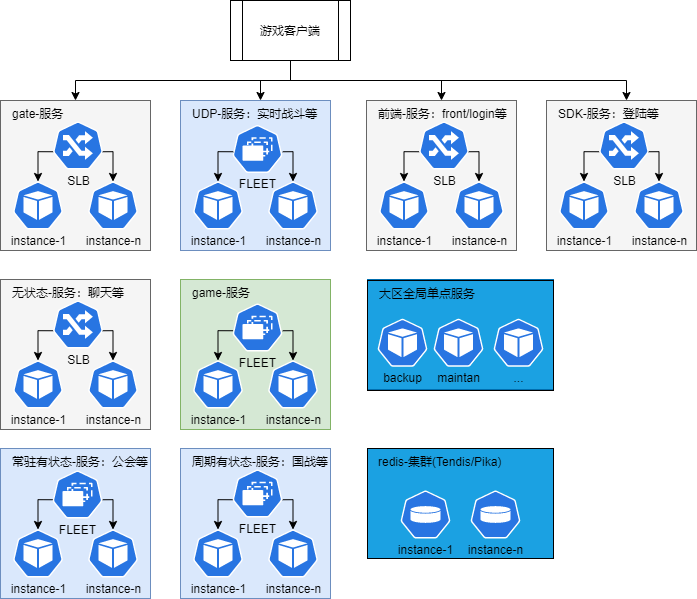
Before: server_architecture.png, a diagram exported from draw.io (hemaolong/diagrams). Source tidied: cells renumbered, new cells last; positions are measured from the earlier drawing's top-left corner, leaving out a move shared by most shapes.
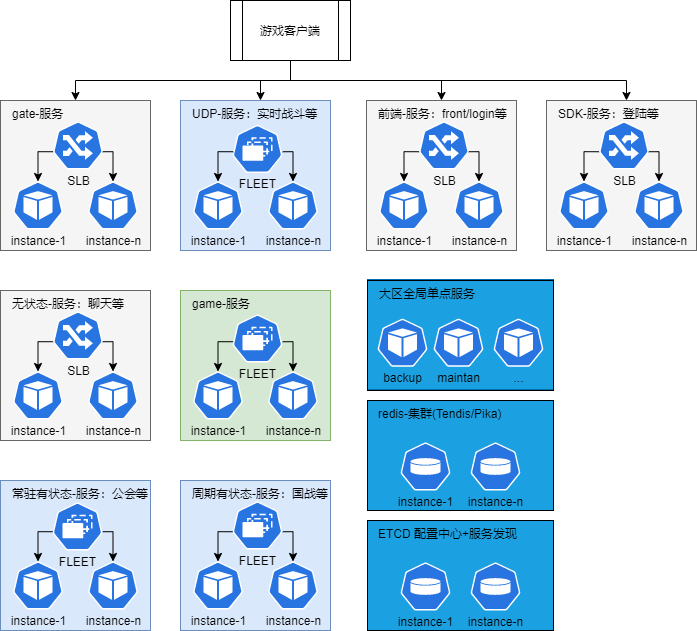
The same file after the commit.

Diff of the diagram source:
```diff
@@ -53,7 +53,7 @@
       <mxGeometry relative="1" as="geometry" />
     </mxCell>
     <mxCell id="17" style="group;" parent="1" vertex="1">
-      <mxGeometry x="180" y="279" width="150" height="150" as="geometry" />
+      <mxGeometry x="180" y="290" width="150" height="150" as="geometry" />
     </mxCell>
     <mxCell id="18" style="group;fillColor=#d5e8d4;strokeColor=#82b366;" parent="17" vertex="1">
       <mxGeometry width="150" height="150" as="geometry" />
@@ -87,7 +87,7 @@
       <mxGeometry x="39.5" y="3" width="50" height="48" as="geometry" />
     </mxCell>
     <mxCell id="27" style="group;" parent="1" vertex="1">
-      <mxGeometry y="448" width="150" height="150" as="geometry" />
+      <mxGeometry y="480" width="150" height="150" as="geometry" />
     </mxCell>
     <mxCell id="28" style="group;fillColor=#d5e8d4;strokeColor=#82b366;" parent="27" vertex="1">
       <mxGeometry width="150" height="150" as="geometry" />
@@ -121,7 +121,7 @@
       <mxGeometry x="39.5" y="1" width="50" height="48" as="geometry" />
     </mxCell>
     <mxCell id="37" style="group;fillColor=#dae8fc;strokeColor=#6c8ebf;" parent="1" vertex="1">
-      <mxGeometry x="180" y="448" width="150" height="150" as="geometry" />
+      <mxGeometry x="180" y="480" width="150" height="150" as="geometry" />
     </mxCell>
     <mxCell id="38" style="group;fillColor=#dae8fc;strokeColor=#6c8ebf;" parent="37" vertex="1">
       <mxGeometry width="150" height="150" as="geometry" />
@@ -155,7 +155,7 @@
       <mxGeometry x="39.5" width="50" height="48" as="geometry" />
     </mxCell>
     <mxCell id="47" style="group;fillColor=#f5f5f5;strokeColor=#666666;fontColor=#333333;" parent="1" vertex="1">
-      <mxGeometry y="279" width="150" height="150" as="geometry" />
+      <mxGeometry y="290" width="150" height="150" as="geometry" />
     </mxCell>
     <mxCell id="48" style="group;fillColor=none;" parent="47" vertex="1">
       <mxGeometry width="150" height="150" as="geometry" />
@@ -185,7 +185,7 @@
       <mxGeometry relative="1" as="geometry" />
     </mxCell>
     <mxCell id="57" style="group;fillColor=#1ba1e2;strokeColor=#006EAF;fontColor=#ffffff;" parent="1" vertex="1">
-      <mxGeometry x="367" y="448" width="186" height="110" as="geometry" />
+      <mxGeometry x="367" y="400" width="186" height="110" as="geometry" />
     </mxCell>
     <mxCell id="58" style="group;fillColor=none;" parent="57" vertex="1">
       <mxGeometry width="186" height="110" as="geometry" />
@@ -317,5 +317,23 @@
         <mxPoint x="89.8" y="30.2" as="sourcePoint" />
       </mxGeometry>
     </mxCell>
+    <mxCell id="100" style="group;fillColor=#1ba1e2;strokeColor=#006EAF;fontColor=#ffffff;" parent="1" vertex="1">
+      <mxGeometry x="367" y="520" width="186" height="110" as="geometry" />
+    </mxCell>
+    <mxCell id="101" style="group;fillColor=none;" parent="100" vertex="1">
+      <mxGeometry width="186" height="110" as="geometry" />
+    </mxCell>
+    <mxCell id="102" style="rounded=0;whiteSpace=wrap;html=1;fillColor=none;align=left;" parent="101" vertex="1">
+      <mxGeometry width="186" height="110" as="geometry" />
+    </mxCell>
+    <mxCell id="103" value="ETCD 配置中心+服务发现" style="text;html=1;strokeColor=none;fillColor=none;align=left;verticalAlign=middle;whiteSpace=wrap;rounded=0;" parent="101" vertex="1">
+      <mxGeometry x="9.3" width="160.7" height="26.5" as="geometry" />
+    </mxCell>
+    <mxCell id="104" value="&lt;br&gt;&lt;br&gt;&lt;br&gt;&lt;br&gt;&lt;br&gt;instance-n" style="html=1;dashed=0;whitespace=wrap;fillColor=#2875E2;strokeColor=#ffffff;shape=mxgraph.kubernetes.icon;prIcon=pv;" parent="101" vertex="1">
+      <mxGeometry x="103" y="42" width="50" height="48" as="geometry" />
+    </mxCell>
+    <mxCell id="105" value="&lt;br&gt;&lt;br&gt;&lt;br&gt;&lt;br&gt;&lt;br&gt;instance-1" style="html=1;dashed=0;whitespace=wrap;fillColor=#2875E2;strokeColor=#ffffff;shape=mxgraph.kubernetes.icon;prIcon=pv;" parent="101" vertex="1">
+      <mxGeometry x="33" y="42" width="50" height="48" as="geometry" />
+    </mxCell>
   </root>
 </mxGraphModel>
```
